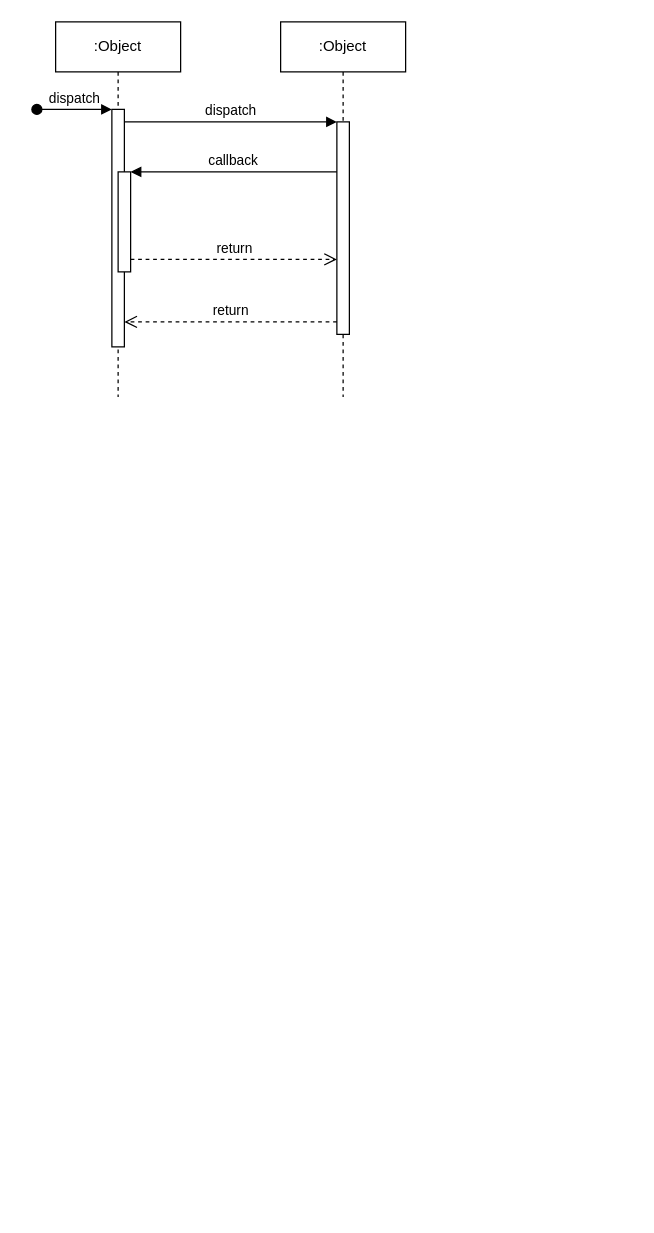
ThibautStark/PFE keeps this draw.io diagram as SequenceKinect.drawio. Above is the earlier version. Source tidied: cells renumbered, new cells numbered last; positions are measured from the earlier drawing's top-left corner, leaving out a move shared by most shapes. Both pictures are drawn from the tidied source at 125%, with x=0, y=0 at pixel (36, 21).
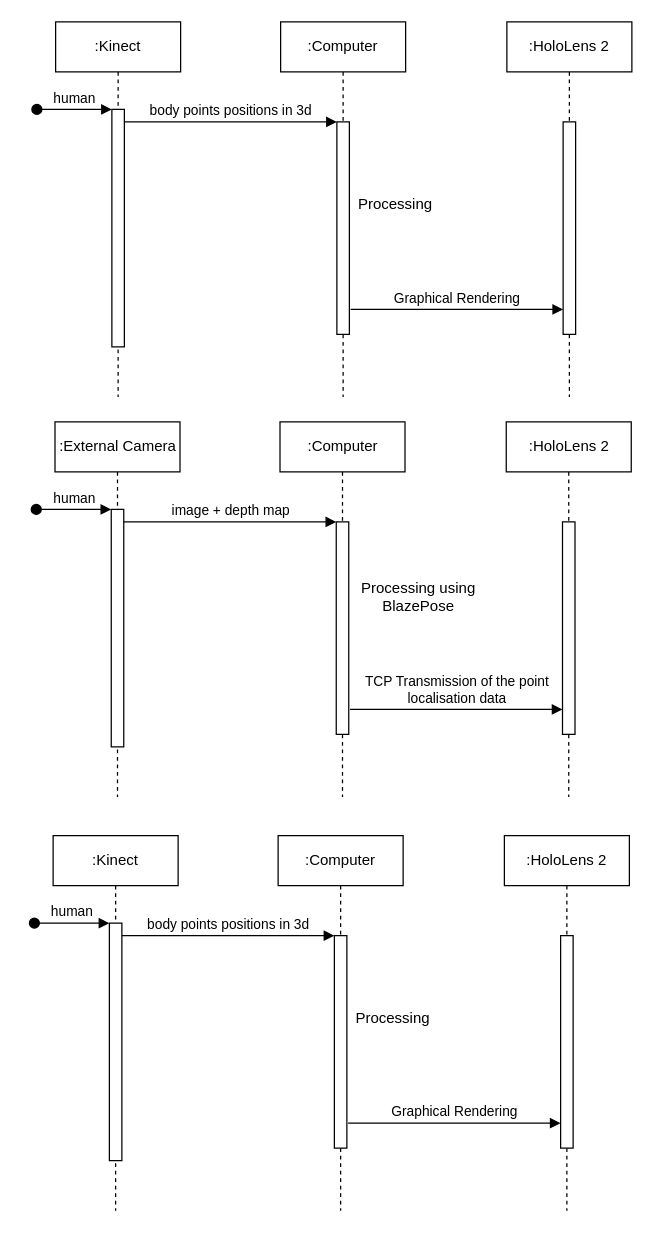
After the change.

Commit message:
Mettre à jour SequenceKinect.drawio

The change refers to these unchanged cells:
```xml
<mxCell id="3" style="html=1;points=[];perimeter=orthogonalPerimeter;outlineConnect=0;targetShapes=umlLifeline;portConstraint=eastwest;newEdgeStyle={&quot;edgeStyle&quot;:&quot;elbowEdgeStyle&quot;,&quot;elbow&quot;:&quot;vertical&quot;,&quot;curved&quot;:0,&quot;rounded&quot;:0};" parent="2" vertex="1">
  <mxGeometry x="45" y="70" width="10" height="190" as="geometry" />
</mxCell>
<mxCell id="7" style="html=1;points=[];perimeter=orthogonalPerimeter;outlineConnect=0;targetShapes=umlLifeline;portConstraint=eastwest;newEdgeStyle={&quot;edgeStyle&quot;:&quot;elbowEdgeStyle&quot;,&quot;elbow&quot;:&quot;vertical&quot;,&quot;curved&quot;:0,&quot;rounded&quot;:0};" parent="6" vertex="1">
  <mxGeometry x="45" y="80" width="10" height="170" as="geometry" />
</mxCell>
```

What changed in the source:
```diff
@@
-    <mxCell id="2" value=":Object" style="shape=umlLifeline;perimeter=lifelinePerimeter;whiteSpace=wrap;html=1;newEdgeStyle={&quot;edgeStyle&quot;:&quot;elbowEdgeStyle&quot;,&quot;elbow&quot;:&quot;vertical&quot;,&quot;curved&quot;:0,&quot;rounded&quot;:0};" parent="1" vertex="1">
+    <mxCell id="2" value=":Kinect" style="shape=umlLifeline;perimeter=lifelinePerimeter;whiteSpace=wrap;html=1;newEdgeStyle={&quot;edgeStyle&quot;:&quot;elbowEdgeStyle&quot;,&quot;elbow&quot;:&quot;vertical&quot;,&quot;curved&quot;:0,&quot;rounded&quot;:0};" parent="1" vertex="1">
       <mxGeometry x="15" width="100" height="300" as="geometry" />
     </mxCell>
@@
-    <mxCell id="4" value="dispatch" style="html=1;verticalAlign=bottom;startArrow=oval;endArrow=block;startSize=8;edgeStyle=elbowEdgeStyle;elbow=vertical;curved=0;rounded=0;" parent="2" edge="1" target="3">
+    <mxCell id="4" value="human" style="html=1;verticalAlign=bottom;startArrow=oval;endArrow=block;startSize=8;edgeStyle=elbowEdgeStyle;elbow=vertical;curved=0;rounded=0;" parent="2" edge="1" target="3">
       <mxGeometry relative="1" as="geometry">
         <mxPoint x="-15" y="70" as="sourcePoint" />
       </mxGeometry>
     </mxCell>
-    <mxCell id="5" style="html=1;points=[];perimeter=orthogonalPerimeter;outlineConnect=0;targetShapes=umlLifeline;portConstraint=eastwest;newEdgeStyle={&quot;edgeStyle&quot;:&quot;elbowEdgeStyle&quot;,&quot;elbow&quot;:&quot;vertical&quot;,&quot;curved&quot;:0,&quot;rounded&quot;:0};" parent="2" vertex="1">
-      <mxGeometry x="50" y="120" width="10" height="80" as="geometry" />
-    </mxCell>
-    <mxCell id="6" value=":Object" style="shape=umlLifeline;perimeter=lifelinePerimeter;whiteSpace=wrap;html=1;newEdgeStyle={&quot;edgeStyle&quot;:&quot;elbowEdgeStyle&quot;,&quot;elbow&quot;:&quot;vertical&quot;,&quot;curved&quot;:0,&quot;rounded&quot;:0};" parent="1" vertex="1">
+    <mxCell id="6" value=":Computer" style="shape=umlLifeline;perimeter=lifelinePerimeter;whiteSpace=wrap;html=1;newEdgeStyle={&quot;edgeStyle&quot;:&quot;elbowEdgeStyle&quot;,&quot;elbow&quot;:&quot;vertical&quot;,&quot;curved&quot;:0,&quot;rounded&quot;:0};" parent="1" vertex="1">
       <mxGeometry x="195" width="100" height="300" as="geometry" />
     </mxCell>
@@
-    <mxCell id="8" value="dispatch" style="html=1;verticalAlign=bottom;endArrow=block;edgeStyle=elbowEdgeStyle;elbow=vertical;curved=0;rounded=0;" parent="1" edge="1" source="3" target="7">
+    <mxCell id="8" value="body points positions in 3d" style="html=1;verticalAlign=bottom;endArrow=block;edgeStyle=elbowEdgeStyle;elbow=vertical;curved=0;rounded=0;" parent="1" edge="1" source="3" target="7">
       <mxGeometry relative="1" as="geometry">
         <Array as="points">
           <mxPoint x="155" y="80" />
         </Array>
       </mxGeometry>
     </mxCell>
-    <mxCell id="9" value="return" style="html=1;verticalAlign=bottom;endArrow=open;dashed=1;endSize=8;edgeStyle=elbowEdgeStyle;elbow=vertical;curved=0;rounded=0;" parent="1" edge="1" source="7" target="3">
-      <mxGeometry relative="1" as="geometry">
-        <Array as="points">
-          <mxPoint x="165" y="240" />
-        </Array>
-      </mxGeometry>
-    </mxCell>
-    <mxCell id="10" value="callback" style="html=1;verticalAlign=bottom;endArrow=block;edgeStyle=elbowEdgeStyle;elbow=vertical;curved=0;rounded=0;" parent="1" edge="1" source="7" target="5">
-      <mxGeometry relative="1" as="geometry">
-        <Array as="points">
-          <mxPoint x="165" y="120" />
-        </Array>
-      </mxGeometry>
-    </mxCell>
-    <mxCell id="11" value="return" style="html=1;verticalAlign=bottom;endArrow=open;dashed=1;endSize=8;edgeStyle=elbowEdgeStyle;elbow=vertical;curved=0;rounded=0;" parent="1" edge="1" source="5" target="7">
-      <mxGeometry relative="1" as="geometry">
-        <Array as="points">
-          <mxPoint x="155" y="190" />
-        </Array>
-      </mxGeometry>
-    </mxCell>
+    <mxCell id="12" value=":HoloLens 2" style="shape=umlLifeline;perimeter=lifelinePerimeter;whiteSpace=wrap;html=1;newEdgeStyle={&quot;edgeStyle&quot;:&quot;elbowEdgeStyle&quot;,&quot;elbow&quot;:&quot;vertical&quot;,&quot;curved&quot;:0,&quot;rounded&quot;:0};" parent="1" vertex="1">
+      <mxGeometry x="376" width="100" height="300" as="geometry" />
+    </mxCell>
+    <mxCell id="13" style="html=1;perimeter=orthogonalPerimeter;targetShapes=umlLifeline;newEdgeStyle={&quot;edgeStyle&quot;:&quot;elbowEdgeStyle&quot;,&quot;elbow&quot;:&quot;vertical&quot;,&quot;curved&quot;:0,&quot;rounded&quot;:0};" parent="12" vertex="1">
+      <mxGeometry x="45" y="80" width="10" height="170" as="geometry" />
+    </mxCell>
+    <mxCell id="14" value="Processing" style="text;html=1;strokeColor=none;fillColor=none;align=center;verticalAlign=middle;whiteSpace=wrap;rounded=0;flipV=1;direction=east;" parent="1" vertex="1">
+      <mxGeometry x="257" y="131" width="60" height="30" as="geometry" />
+    </mxCell>
+    <mxCell id="15" value="Graphical Rendering" style="html=1;verticalAlign=bottom;endArrow=block;edgeStyle=elbowEdgeStyle;elbow=vertical;curved=0;rounded=0;" parent="1" edge="1">
+      <mxGeometry relative="1" as="geometry">
+        <mxPoint x="251" y="230" as="sourcePoint" />
+        <mxPoint x="421" y="230" as="targetPoint" />
+        <Array as="points">
+          <mxPoint x="336" y="230" />
+        </Array>
+      </mxGeometry>
+    </mxCell>
+    <mxCell id="16" value=":External Camera" style="shape=umlLifeline;perimeter=lifelinePerimeter;whiteSpace=wrap;html=1;newEdgeStyle={&quot;edgeStyle&quot;:&quot;elbowEdgeStyle&quot;,&quot;elbow&quot;:&quot;vertical&quot;,&quot;curved&quot;:0,&quot;rounded&quot;:0};" parent="1" vertex="1">
+      <mxGeometry x="14.5" y="320" width="100" height="300" as="geometry" />
+    </mxCell>
+    <mxCell id="17" style="html=1;points=[];perimeter=orthogonalPerimeter;outlineConnect=0;targetShapes=umlLifeline;portConstraint=eastwest;newEdgeStyle={&quot;edgeStyle&quot;:&quot;elbowEdgeStyle&quot;,&quot;elbow&quot;:&quot;vertical&quot;,&quot;curved&quot;:0,&quot;rounded&quot;:0};" parent="16" vertex="1">
+      <mxGeometry x="45" y="70" width="10" height="190" as="geometry" />
+    </mxCell>
+    <mxCell id="18" value="human" style="html=1;verticalAlign=bottom;startArrow=oval;endArrow=block;startSize=8;edgeStyle=elbowEdgeStyle;elbow=vertical;curved=0;rounded=0;" parent="16" edge="1" target="17">
+      <mxGeometry relative="1" as="geometry">
+        <mxPoint x="-15" y="70" as="sourcePoint" />
+      </mxGeometry>
+    </mxCell>
+    <mxCell id="19" value=":Computer" style="shape=umlLifeline;perimeter=lifelinePerimeter;whiteSpace=wrap;html=1;newEdgeStyle={&quot;edgeStyle&quot;:&quot;elbowEdgeStyle&quot;,&quot;elbow&quot;:&quot;vertical&quot;,&quot;curved&quot;:0,&quot;rounded&quot;:0};" parent="1" vertex="1">
+      <mxGeometry x="194.5" y="320" width="100" height="300" as="geometry" />
+    </mxCell>
+    <mxCell id="20" style="html=1;points=[];perimeter=orthogonalPerimeter;outlineConnect=0;targetShapes=umlLifeline;portConstraint=eastwest;newEdgeStyle={&quot;edgeStyle&quot;:&quot;elbowEdgeStyle&quot;,&quot;elbow&quot;:&quot;vertical&quot;,&quot;curved&quot;:0,&quot;rounded&quot;:0};" parent="19" vertex="1">
+      <mxGeometry x="45" y="80" width="10" height="170" as="geometry" />
+    </mxCell>
+    <mxCell id="21" value="image + depth map" style="html=1;verticalAlign=bottom;endArrow=block;edgeStyle=elbowEdgeStyle;elbow=vertical;curved=0;rounded=0;" parent="1" edge="1" source="17" target="20">
+      <mxGeometry relative="1" as="geometry">
+        <Array as="points">
+          <mxPoint x="154.5" y="400" />
+        </Array>
+      </mxGeometry>
+    </mxCell>
+    <mxCell id="22" value=":HoloLens 2" style="shape=umlLifeline;perimeter=lifelinePerimeter;whiteSpace=wrap;html=1;newEdgeStyle={&quot;edgeStyle&quot;:&quot;elbowEdgeStyle&quot;,&quot;elbow&quot;:&quot;vertical&quot;,&quot;curved&quot;:0,&quot;rounded&quot;:0};" parent="1" vertex="1">
+      <mxGeometry x="375.5" y="320" width="100" height="300" as="geometry" />
+    </mxCell>
+    <mxCell id="23" style="html=1;perimeter=orthogonalPerimeter;targetShapes=umlLifeline;newEdgeStyle={&quot;edgeStyle&quot;:&quot;elbowEdgeStyle&quot;,&quot;elbow&quot;:&quot;vertical&quot;,&quot;curved&quot;:0,&quot;rounded&quot;:0};" parent="22" vertex="1">
+      <mxGeometry x="45" y="80" width="10" height="170" as="geometry" />
+    </mxCell>
+    <mxCell id="24" value="Processing using BlazePose" style="text;html=1;strokeColor=none;fillColor=none;align=center;verticalAlign=middle;whiteSpace=wrap;rounded=0;flipV=1;direction=east;" parent="1" vertex="1">
+      <mxGeometry x="244.5" y="431" width="120.5" height="57" as="geometry" />
+    </mxCell>
+    <mxCell id="25" value="&lt;div&gt;TCP Transmission of the point&lt;/div&gt;&lt;div&gt;localisation data&lt;br&gt;&lt;/div&gt;" style="html=1;verticalAlign=bottom;endArrow=block;edgeStyle=elbowEdgeStyle;elbow=vertical;curved=0;rounded=0;" parent="1" edge="1">
+      <mxGeometry relative="1" as="geometry">
+        <mxPoint x="250.5" y="550" as="sourcePoint" />
+        <mxPoint x="420.5" y="550" as="targetPoint" />
+        <Array as="points">
+          <mxPoint x="335.5" y="550" />
+        </Array>
+      </mxGeometry>
+    </mxCell>
+    <mxCell id="26" value=":Kinect" style="shape=umlLifeline;perimeter=lifelinePerimeter;whiteSpace=wrap;html=1;newEdgeStyle={&quot;edgeStyle&quot;:&quot;elbowEdgeStyle&quot;,&quot;elbow&quot;:&quot;vertical&quot;,&quot;curved&quot;:0,&quot;rounded&quot;:0};" parent="1" vertex="1">
+      <mxGeometry x="13" y="651" width="100" height="300" as="geometry" />
+    </mxCell>
+    <mxCell id="27" style="html=1;points=[];perimeter=orthogonalPerimeter;outlineConnect=0;targetShapes=umlLifeline;portConstraint=eastwest;newEdgeStyle={&quot;edgeStyle&quot;:&quot;elbowEdgeStyle&quot;,&quot;elbow&quot;:&quot;vertical&quot;,&quot;curved&quot;:0,&quot;rounded&quot;:0};" parent="26" vertex="1">
+      <mxGeometry x="45" y="70" width="10" height="190" as="geometry" />
+    </mxCell>
+    <mxCell id="28" value="human" style="html=1;verticalAlign=bottom;startArrow=oval;endArrow=block;startSize=8;edgeStyle=elbowEdgeStyle;elbow=vertical;curved=0;rounded=0;" parent="26" edge="1" target="27">
+      <mxGeometry relative="1" as="geometry">
+        <mxPoint x="-15" y="70" as="sourcePoint" />
+      </mxGeometry>
+    </mxCell>
+    <mxCell id="29" value=":Computer" style="shape=umlLifeline;perimeter=lifelinePerimeter;whiteSpace=wrap;html=1;newEdgeStyle={&quot;edgeStyle&quot;:&quot;elbowEdgeStyle&quot;,&quot;elbow&quot;:&quot;vertical&quot;,&quot;curved&quot;:0,&quot;rounded&quot;:0};" parent="1" vertex="1">
+      <mxGeometry x="193" y="651" width="100" height="300" as="geometry" />
+    </mxCell>
+    <mxCell id="30" style="html=1;points=[];perimeter=orthogonalPerimeter;outlineConnect=0;targetShapes=umlLifeline;portConstraint=eastwest;newEdgeStyle={&quot;edgeStyle&quot;:&quot;elbowEdgeStyle&quot;,&quot;elbow&quot;:&quot;vertical&quot;,&quot;curved&quot;:0,&quot;rounded&quot;:0};" parent="29" vertex="1">
+      <mxGeometry x="45" y="80" width="10" height="170" as="geometry" />
+    </mxCell>
+    <mxCell id="31" value="body points positions in 3d" style="html=1;verticalAlign=bottom;endArrow=block;edgeStyle=elbowEdgeStyle;elbow=vertical;curved=0;rounded=0;" parent="1" edge="1" source="27" target="30">
+      <mxGeometry relative="1" as="geometry">
+        <Array as="points">
+          <mxPoint x="153" y="731" />
+        </Array>
+      </mxGeometry>
+    </mxCell>
+    <mxCell id="32" value=":HoloLens 2" style="shape=umlLifeline;perimeter=lifelinePerimeter;whiteSpace=wrap;html=1;newEdgeStyle={&quot;edgeStyle&quot;:&quot;elbowEdgeStyle&quot;,&quot;elbow&quot;:&quot;vertical&quot;,&quot;curved&quot;:0,&quot;rounded&quot;:0};" parent="1" vertex="1">
+      <mxGeometry x="374" y="651" width="100" height="300" as="geometry" />
+    </mxCell>
+    <mxCell id="33" style="html=1;perimeter=orthogonalPerimeter;targetShapes=umlLifeline;newEdgeStyle={&quot;edgeStyle&quot;:&quot;elbowEdgeStyle&quot;,&quot;elbow&quot;:&quot;vertical&quot;,&quot;curved&quot;:0,&quot;rounded&quot;:0};" parent="32" vertex="1">
+      <mxGeometry x="45" y="80" width="10" height="170" as="geometry" />
+    </mxCell>
+    <mxCell id="34" value="Processing" style="text;html=1;strokeColor=none;fillColor=none;align=center;verticalAlign=middle;whiteSpace=wrap;rounded=0;flipV=1;direction=east;" parent="1" vertex="1">
+      <mxGeometry x="255" y="782" width="60" height="30" as="geometry" />
+    </mxCell>
+    <mxCell id="35" value="Graphical Rendering" style="html=1;verticalAlign=bottom;endArrow=block;edgeStyle=elbowEdgeStyle;elbow=vertical;curved=0;rounded=0;" parent="1" edge="1">
+      <mxGeometry relative="1" as="geometry">
+        <mxPoint x="249" y="881" as="sourcePoint" />
+        <mxPoint x="419" y="881" as="targetPoint" />
+        <Array as="points">
+          <mxPoint x="334" y="881" />
+        </Array>
+      </mxGeometry>
+    </mxCell>
```
